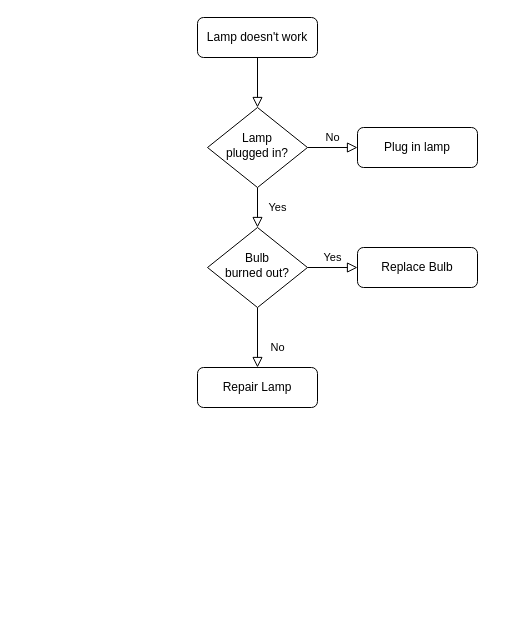
This is Untitled Diagram.drawio from Bomaaaa/learning-area, a draw.io file, before an edit. Source tidied: cells renumbered, new cells numbered last; positions are measured from the earlier drawing's top-left corner, leaving out a move shared by most shapes. Both pictures are drawn from the tidied source at 100%, with x=0, y=0 at pixel (197, 17).
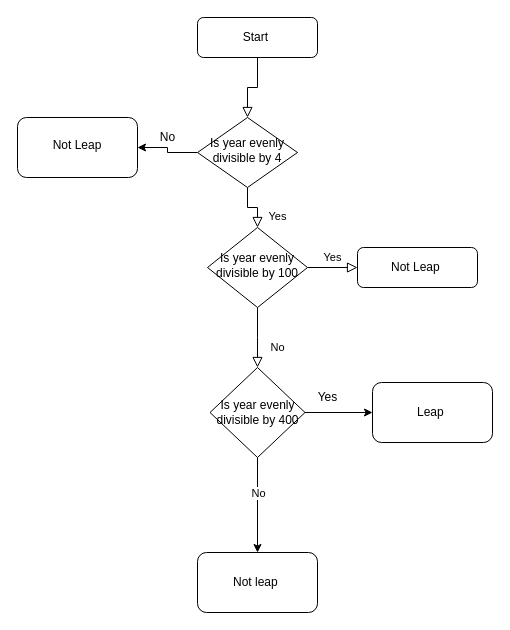
The same diagram, later.

The edit, as a diff of the source:
```diff
@@
-    <mxCell id="3" value="Lamp doesn't work" style="rounded=1;whiteSpace=wrap;html=1;fontSize=12;glass=0;strokeWidth=1;shadow=0;" parent="1" vertex="1">
+    <mxCell id="3" value="Start&amp;nbsp;" style="rounded=1;whiteSpace=wrap;html=1;fontSize=12;glass=0;strokeWidth=1;shadow=0;" parent="1" vertex="1">
       <mxGeometry width="120" height="40" as="geometry" />
     </mxCell>
     <mxCell id="4" value="Yes" style="rounded=0;html=1;jettySize=auto;fontSize=11;endArrow=block;endFill=0;endSize=8;strokeWidth=1;shadow=0;labelBackgroundColor=none;edgeStyle=orthogonalEdgeStyle;" parent="1" edge="1" source="6" target="10">
-      <mxGeometry y="20" relative="1" as="geometry" />
+      <mxGeometry x="0.56" y="20" relative="1" as="geometry" />
     </mxCell>
-    <mxCell id="5" value="No" style="edgeStyle=orthogonalEdgeStyle;rounded=0;html=1;jettySize=auto;fontSize=11;endArrow=block;endFill=0;endSize=8;strokeWidth=1;shadow=0;labelBackgroundColor=none;" parent="1" edge="1" source="6" target="7">
-      <mxGeometry y="10" relative="1" as="geometry" />
-    </mxCell>
+    <mxCell id="13" style="edgeStyle=orthogonalEdgeStyle;rounded=0;jettySize=auto;html=1;" parent="1" edge="1" source="6" target="14">
+      <mxGeometry relative="1" as="geometry" />
+    </mxCell>
-    <mxCell id="6" value="Lamp&lt;br&gt;plugged in?" style="rhombus;whiteSpace=wrap;html=1;shadow=0;fontFamily=Helvetica;fontSize=12;align=center;strokeWidth=1;spacing=6;spacingTop=-4;" parent="1" vertex="1">
-      <mxGeometry x="10" y="90" width="100" height="80" as="geometry" />
+    <mxCell id="6" value="Is year evenly divisible by 4" style="rhombus;whiteSpace=wrap;html=1;shadow=0;fontFamily=Helvetica;fontSize=12;align=center;strokeWidth=1;spacing=6;spacingTop=-4;" parent="1" vertex="1">
+      <mxGeometry y="100" width="100" height="70" as="geometry" />
     </mxCell>
-    <mxCell id="7" value="Plug in lamp" style="rounded=1;whiteSpace=wrap;html=1;fontSize=12;glass=0;strokeWidth=1;shadow=0;" parent="1" vertex="1">
-      <mxGeometry x="160" y="110" width="120" height="40" as="geometry" />
-    </mxCell>
-    <mxCell id="8" value="No" style="rounded=0;html=1;jettySize=auto;fontSize=11;endArrow=block;endFill=0;endSize=8;strokeWidth=1;shadow=0;labelBackgroundColor=none;edgeStyle=orthogonalEdgeStyle;" parent="1" edge="1" source="10" target="11">
-      <mxGeometry x="0.33" y="20" relative="1" as="geometry" />
+    <mxCell id="8" value="No" style="rounded=0;html=1;jettySize=auto;fontSize=11;endArrow=block;endFill=0;endSize=8;strokeWidth=1;shadow=0;labelBackgroundColor=none;edgeStyle=orthogonalEdgeStyle;" parent="1" edge="1" source="10">
+      <mxGeometry x="0.33" y="20" relative="1" as="geometry">
+        <mxPoint x="60" y="350" as="targetPoint" />
+      </mxGeometry>
     </mxCell>
@@
-    <mxCell id="10" value="Bulb&lt;br&gt;burned out?" style="rhombus;whiteSpace=wrap;html=1;shadow=0;fontFamily=Helvetica;fontSize=12;align=center;strokeWidth=1;spacing=6;spacingTop=-4;" parent="1" vertex="1">
+    <mxCell id="10" value="Is year evenly divisible by 100" style="rhombus;whiteSpace=wrap;html=1;shadow=0;fontFamily=Helvetica;fontSize=12;align=center;strokeWidth=1;spacing=6;spacingTop=-4;" parent="1" vertex="1">
       <mxGeometry x="10" y="210" width="100" height="80" as="geometry" />
     </mxCell>
-    <mxCell id="11" value="Repair Lamp" style="rounded=1;whiteSpace=wrap;html=1;fontSize=12;glass=0;strokeWidth=1;shadow=0;" parent="1" vertex="1">
-      <mxGeometry y="350" width="120" height="40" as="geometry" />
-    </mxCell>
-    <mxCell id="12" value="Replace Bulb" style="rounded=1;whiteSpace=wrap;html=1;fontSize=12;glass=0;strokeWidth=1;shadow=0;" parent="1" vertex="1">
+    <mxCell id="12" value="Not Leap&amp;nbsp;" style="rounded=1;whiteSpace=wrap;html=1;fontSize=12;glass=0;strokeWidth=1;shadow=0;" parent="1" vertex="1">
       <mxGeometry x="160" y="230" width="120" height="40" as="geometry" />
     </mxCell>
+    <mxCell id="14" value="Not Leap" style="rounded=1;whiteSpace=wrap;html=1;shadow=0;strokeWidth=1;spacing=6;spacingTop=-4;" parent="1" vertex="1">
+      <mxGeometry x="-180" y="100" width="120" height="60" as="geometry" />
+    </mxCell>
+    <mxCell id="15" value="No" style="text;html=1;align=center;verticalAlign=middle;strokeColor=none;fillColor=none;" parent="1" vertex="1">
+      <mxGeometry x="-45" y="110" width="30" height="20" as="geometry" />
+    </mxCell>
+    <mxCell id="16" style="edgeStyle=orthogonalEdgeStyle;rounded=0;jettySize=auto;html=1;" parent="1" edge="1" source="19" target="20">
+      <mxGeometry relative="1" as="geometry" />
+    </mxCell>
+    <mxCell id="17" style="edgeStyle=orthogonalEdgeStyle;rounded=0;jettySize=auto;html=1;" parent="1" edge="1" source="19" target="22">
+      <mxGeometry relative="1" as="geometry" />
+    </mxCell>
+    <mxCell id="18" value="No" style="edgeLabel;html=1;align=center;verticalAlign=middle;" parent="17" vertex="1">
+      <mxGeometry x="-0.26" relative="1" as="geometry" />
+    </mxCell>
+    <mxCell id="19" value="Is year evenly divisible by 400" style="rhombus;whiteSpace=wrap;html=1;" parent="1" vertex="1">
+      <mxGeometry x="12.5" y="350" width="95" height="90" as="geometry" />
+    </mxCell>
+    <mxCell id="20" value="Leap&amp;nbsp;" style="rounded=1;whiteSpace=wrap;html=1;" parent="1" vertex="1">
+      <mxGeometry x="175" y="365" width="120" height="60" as="geometry" />
+    </mxCell>
+    <mxCell id="21" value="Yes&lt;br&gt;" style="text;html=1;align=center;verticalAlign=middle;strokeColor=none;fillColor=none;" parent="1" vertex="1">
+      <mxGeometry x="110" y="370" width="40" height="20" as="geometry" />
+    </mxCell>
+    <mxCell id="22" value="Not leap&amp;nbsp;" style="rounded=1;whiteSpace=wrap;html=1;" parent="1" vertex="1">
+      <mxGeometry y="535" width="120" height="60" as="geometry" />
+    </mxCell>
```
